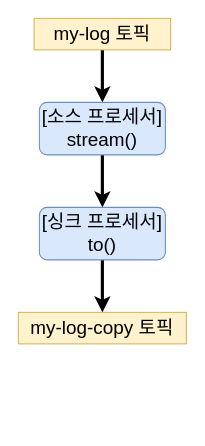
This is drawio/kafka/kafka-streams-dsl-6.drawio from windowforsun/blog, a draw.io file, before an edit. Source tidied: cells renumbered, new cells numbered last; positions are measured from the earlier drawing's top-left corner, leaving out a move shared by most shapes. Both pictures are drawn from the tidied source at 105%, with x=0, y=0 at pixel (18, 18).
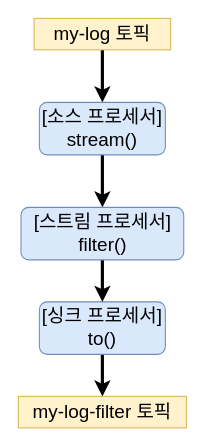
Above is the later version.

Change to the diagram source:
```diff
@@
 <mxGraphModel>
   <root>
     <mxCell id="0" />
     <mxCell id="1" parent="0" />
     <mxCell id="2" style="edgeStyle=orthogonalEdgeStyle;rounded=0;jettySize=auto;html=1;exitX=0.5;exitY=1;exitDx=0;exitDy=0;entryX=0.5;entryY=0;entryDx=0;entryDy=0;fontSize=18;strokeWidth=3;" parent="1" edge="1" source="3" target="5">
       <mxGeometry relative="1" as="geometry" />
     </mxCell>
     <mxCell id="3" value="&lt;font style=&quot;font-size: 18px;&quot;&gt;my-log 토픽&lt;/font&gt;" style="rounded=0;whiteSpace=wrap;html=1;fillColor=#fff2cc;strokeColor=#d6b656;" parent="1" vertex="1">
       <mxGeometry x="15" width="130" height="30" as="geometry" />
     </mxCell>
-    <mxCell id="4" style="edgeStyle=orthogonalEdgeStyle;rounded=0;jettySize=auto;html=1;exitX=0.5;exitY=1;exitDx=0;exitDy=0;strokeWidth=3;fontSize=18;" parent="1" edge="1" source="5" target="7">
+    <mxCell id="4" style="edgeStyle=orthogonalEdgeStyle;rounded=0;jettySize=auto;html=1;exitX=0.5;exitY=1;exitDx=0;exitDy=0;strokeWidth=3;fontSize=18;entryX=0.5;entryY=0;entryDx=0;entryDy=0;" parent="1" edge="1" source="5" target="10">
       <mxGeometry relative="1" as="geometry" />
     </mxCell>
     <mxCell id="5" value="[소스 프로세서]&lt;br&gt;stream()" style="rounded=1;whiteSpace=wrap;html=1;fontSize=18;fillColor=#dae8fc;strokeColor=#6c8ebf;" parent="1" vertex="1">
       <mxGeometry x="20" y="80" width="120" height="50" as="geometry" />
     </mxCell>
     <mxCell id="6" style="edgeStyle=orthogonalEdgeStyle;rounded=0;jettySize=auto;html=1;exitX=0.5;exitY=1;exitDx=0;exitDy=0;entryX=0.5;entryY=0;entryDx=0;entryDy=0;strokeWidth=3;fontSize=18;" parent="1" edge="1" source="7" target="8">
       <mxGeometry relative="1" as="geometry" />
     </mxCell>
     <mxCell id="7" value="[싱크 프로세서]&lt;br&gt;to()" style="rounded=1;whiteSpace=wrap;html=1;fontSize=18;fillColor=#dae8fc;strokeColor=#6c8ebf;" parent="1" vertex="1">
-      <mxGeometry x="20" y="180" width="120" height="50" as="geometry" />
+      <mxGeometry x="20" y="270" width="120" height="50" as="geometry" />
     </mxCell>
-    <mxCell id="8" value="&lt;font style=&quot;font-size: 18px;&quot;&gt;my-log-copy 토픽&lt;/font&gt;" style="rounded=0;whiteSpace=wrap;html=1;fillColor=#fff2cc;strokeColor=#d6b656;" parent="1" vertex="1">
-      <mxGeometry y="280" width="160" height="30" as="geometry" />
+    <mxCell id="8" value="&lt;font style=&quot;font-size: 18px;&quot;&gt;my-log-filter 토픽&lt;/font&gt;" style="rounded=0;whiteSpace=wrap;html=1;fillColor=#fff2cc;strokeColor=#d6b656;" parent="1" vertex="1">
+      <mxGeometry y="360" width="160" height="30" as="geometry" />
     </mxCell>
+    <mxCell id="9" style="edgeStyle=orthogonalEdgeStyle;rounded=0;jettySize=auto;html=1;exitX=0.5;exitY=1;exitDx=0;exitDy=0;entryX=0.5;entryY=0;entryDx=0;entryDy=0;strokeWidth=3;" parent="1" edge="1" source="10" target="7">
+      <mxGeometry relative="1" as="geometry" />
+    </mxCell>
+    <mxCell id="10" value="[스트림 프로세서]&lt;br&gt;filter()" style="rounded=1;whiteSpace=wrap;html=1;fontSize=18;fillColor=#dae8fc;strokeColor=#6c8ebf;" parent="1" vertex="1">
+      <mxGeometry x="2.5" y="180" width="155" height="50" as="geometry" />
+    </mxCell>
   </root>
 </mxGraphModel>
```
